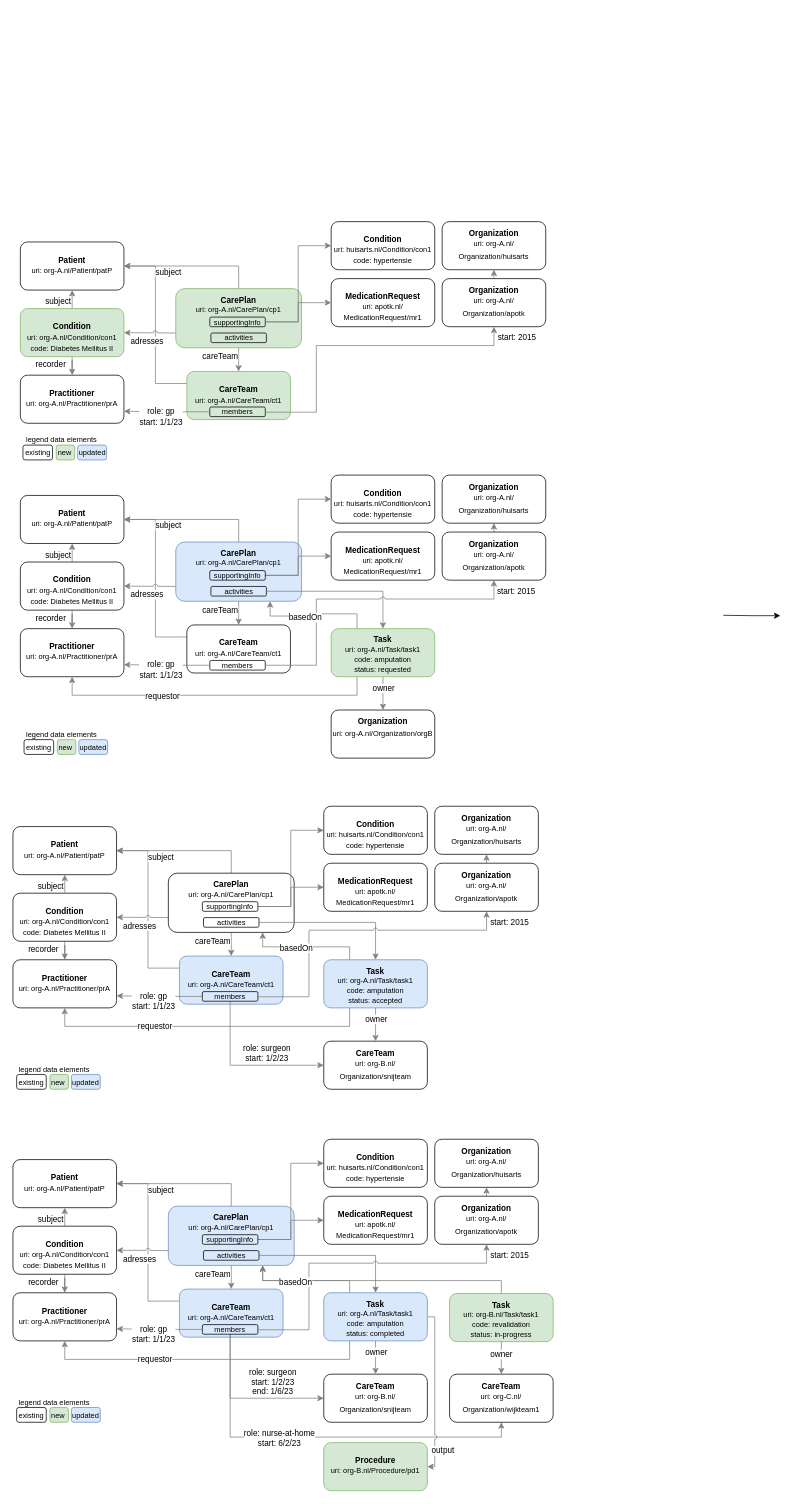
The draw.io diagram input/images-source/Example1-entity-diagram.drawio in SanteonNL/shared-care-planning, before the edit. Source tidied: cells renumbered, new cells numbered last; positions are measured from the earlier drawing's top-left corner, leaving out a move shared by most shapes. Both pictures are drawn from the tidied source at 74%, with x=0, y=0 at pixel (13, 13).
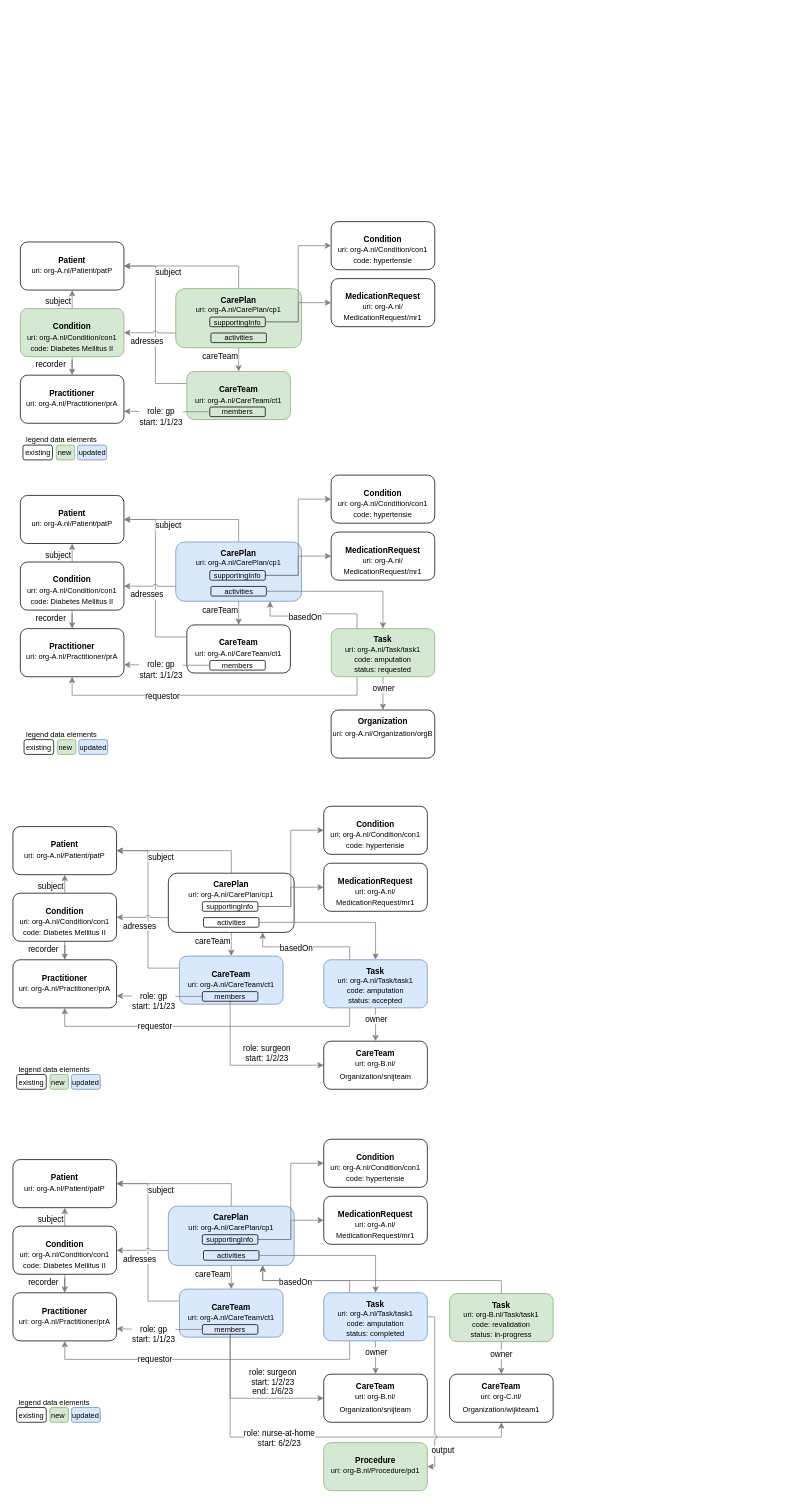
The same page after the edit.

Unchanged cells that the change refers to:
```xml
<mxCell id="19" value="&lt;font style=&quot;&quot;&gt;&lt;font style=&quot;font-size: 10px;&quot;&gt;members&lt;/font&gt;&lt;br&gt;&lt;/font&gt;" style="rounded=1;whiteSpace=wrap;html=1;verticalAlign=middle;spacingTop=0;spacing=0;fillColor=none;" parent="1" vertex="1">
  <mxGeometry x="266" y="875" width="75" height="13" as="geometry" />
</mxCell>
```

Change to the diagram source:
```diff
@@
-    <mxCell id="4" style="edgeStyle=orthogonalEdgeStyle;rounded=0;orthogonalLoop=1;jettySize=auto;html=1;entryX=0;entryY=0.5;entryDx=0;entryDy=0;exitX=1;exitY=0.25;exitDx=0;exitDy=0;" parent="1" edge="1">
-      <mxGeometry relative="1" as="geometry">
-        <mxPoint x="960" y="814" as="sourcePoint" />
-        <mxPoint x="1037" y="814.5" as="targetPoint" />
-      </mxGeometry>
-    </mxCell>
@@
-    <mxCell id="26" value="&lt;b style=&quot;border-color: var(--border-color); font-size: 11px;&quot;&gt;Condition&lt;/b&gt;&lt;font style=&quot;border-color: var(--border-color); font-size: 11px;&quot; color=&quot;#808080&quot;&gt;&lt;br style=&quot;border-color: var(--border-color);&quot;&gt;&lt;/font&gt;&lt;font style=&quot;border-color: var(--border-color); font-size: 10px;&quot;&gt;uri: huisarts.nl/Condition/con1&lt;br style=&quot;border-color: var(--border-color);&quot;&gt;code: hypertensie&lt;/font&gt;" style="rounded=1;whiteSpace=wrap;html=1;verticalAlign=top;spacingTop=10;" parent="1" vertex="1">
+    <mxCell id="26" value="&lt;b style=&quot;border-color: var(--border-color); font-size: 11px;&quot;&gt;Condition&lt;/b&gt;&lt;font style=&quot;border-color: var(--border-color); font-size: 11px;&quot; color=&quot;#808080&quot;&gt;&lt;br style=&quot;border-color: var(--border-color);&quot;&gt;&lt;/font&gt;&lt;font style=&quot;border-color: var(--border-color); font-size: 10px;&quot;&gt;uri: org-A.nl/Condition/con1&lt;br style=&quot;border-color: var(--border-color);&quot;&gt;code: hypertensie&lt;/font&gt;" style="rounded=1;whiteSpace=wrap;html=1;verticalAlign=top;spacingTop=10;" parent="1" vertex="1">
       <mxGeometry x="430" y="624.5" width="140" height="65" as="geometry" />
     </mxCell>
-    <mxCell id="27" value="&lt;b style=&quot;border-color: var(--border-color); font-size: 11px;&quot;&gt;MedicationRequest&lt;/b&gt;&lt;font style=&quot;border-color: var(--border-color); font-size: 11px;&quot; color=&quot;#808080&quot;&gt;&lt;br style=&quot;border-color: var(--border-color);&quot;&gt;&lt;/font&gt;&lt;font style=&quot;border-color: var(--border-color); font-size: 10px;&quot;&gt;uri: apotk.nl/ MedicationRequest/mr1&lt;/font&gt;" style="rounded=1;whiteSpace=wrap;html=1;verticalAlign=top;spacingTop=10;" parent="1" vertex="1">
+    <mxCell id="27" value="&lt;b style=&quot;border-color: var(--border-color); font-size: 11px;&quot;&gt;MedicationRequest&lt;/b&gt;&lt;font style=&quot;border-color: var(--border-color); font-size: 11px;&quot; color=&quot;#808080&quot;&gt;&lt;br style=&quot;border-color: var(--border-color);&quot;&gt;&lt;/font&gt;&lt;font style=&quot;border-color: var(--border-color); font-size: 10px;&quot;&gt;uri: org-A.nl/ MedicationRequest/mr1&lt;/font&gt;" style="rounded=1;whiteSpace=wrap;html=1;verticalAlign=top;spacingTop=10;" parent="1" vertex="1">
       <mxGeometry x="430" y="701.5" width="140" height="65" as="geometry" />
     </mxCell>
@@
-    <mxCell id="60" value="&lt;b style=&quot;border-color: var(--border-color); font-size: 11px;&quot;&gt;Condition&lt;/b&gt;&lt;font style=&quot;border-color: var(--border-color); font-size: 11px;&quot; color=&quot;#808080&quot;&gt;&lt;br style=&quot;border-color: var(--border-color);&quot;&gt;&lt;/font&gt;&lt;font style=&quot;border-color: var(--border-color); font-size: 10px;&quot;&gt;uri: huisarts.nl/Condition/con1&lt;br style=&quot;border-color: var(--border-color);&quot;&gt;code: hypertensie&lt;/font&gt;" style="rounded=1;whiteSpace=wrap;html=1;verticalAlign=top;spacingTop=10;" parent="1" vertex="1">
+    <mxCell id="60" value="&lt;b style=&quot;border-color: var(--border-color); font-size: 11px;&quot;&gt;Condition&lt;/b&gt;&lt;font style=&quot;border-color: var(--border-color); font-size: 11px;&quot; color=&quot;#808080&quot;&gt;&lt;br style=&quot;border-color: var(--border-color);&quot;&gt;&lt;/font&gt;&lt;font style=&quot;border-color: var(--border-color); font-size: 10px;&quot;&gt;uri: org-A.nl/Condition/con1&lt;br style=&quot;border-color: var(--border-color);&quot;&gt;code: hypertensie&lt;/font&gt;" style="rounded=1;whiteSpace=wrap;html=1;verticalAlign=top;spacingTop=10;" parent="1" vertex="1">
       <mxGeometry x="420" y="1072" width="140" height="65" as="geometry" />
     </mxCell>
-    <mxCell id="61" value="&lt;b style=&quot;border-color: var(--border-color); font-size: 11px;&quot;&gt;MedicationRequest&lt;/b&gt;&lt;font style=&quot;border-color: var(--border-color); font-size: 11px;&quot; color=&quot;#808080&quot;&gt;&lt;br style=&quot;border-color: var(--border-color);&quot;&gt;&lt;/font&gt;&lt;font style=&quot;border-color: var(--border-color); font-size: 10px;&quot;&gt;uri: apotk.nl/ MedicationRequest/mr1&lt;/font&gt;" style="rounded=1;whiteSpace=wrap;html=1;verticalAlign=top;spacingTop=10;" parent="1" vertex="1">
+    <mxCell id="61" value="&lt;b style=&quot;border-color: var(--border-color); font-size: 11px;&quot;&gt;MedicationRequest&lt;/b&gt;&lt;font style=&quot;border-color: var(--border-color); font-size: 11px;&quot; color=&quot;#808080&quot;&gt;&lt;br style=&quot;border-color: var(--border-color);&quot;&gt;&lt;/font&gt;&lt;font style=&quot;border-color: var(--border-color); font-size: 10px;&quot;&gt;uri: org-A.nl/ MedicationRequest/mr1&lt;/font&gt;" style="rounded=1;whiteSpace=wrap;html=1;verticalAlign=top;spacingTop=10;" parent="1" vertex="1">
       <mxGeometry x="420" y="1149" width="140" height="65" as="geometry" />
     </mxCell>
@@
-    <mxCell id="90" value="&lt;b style=&quot;border-color: var(--border-color); font-size: 11px;&quot;&gt;MedicationRequest&lt;/b&gt;&lt;font style=&quot;border-color: var(--border-color); font-size: 11px;&quot; color=&quot;#808080&quot;&gt;&lt;br style=&quot;border-color: var(--border-color);&quot;&gt;&lt;/font&gt;&lt;font style=&quot;border-color: var(--border-color); font-size: 10px;&quot;&gt;uri: apotk.nl/ MedicationRequest/mr1&lt;/font&gt;" style="rounded=1;whiteSpace=wrap;html=1;verticalAlign=top;spacingTop=10;" parent="1" vertex="1">
+    <mxCell id="90" value="&lt;b style=&quot;border-color: var(--border-color); font-size: 11px;&quot;&gt;MedicationRequest&lt;/b&gt;&lt;font style=&quot;border-color: var(--border-color); font-size: 11px;&quot; color=&quot;#808080&quot;&gt;&lt;br style=&quot;border-color: var(--border-color);&quot;&gt;&lt;/font&gt;&lt;font style=&quot;border-color: var(--border-color); font-size: 10px;&quot;&gt;uri: org-A.nl/ MedicationRequest/mr1&lt;/font&gt;" style="rounded=1;whiteSpace=wrap;html=1;verticalAlign=top;spacingTop=10;" parent="1" vertex="1">
       <mxGeometry x="430" y="359" width="140" height="65" as="geometry" />
     </mxCell>
-    <mxCell id="91" value="&lt;b style=&quot;border-color: var(--border-color); font-size: 11px;&quot;&gt;Condition&lt;/b&gt;&lt;font style=&quot;border-color: var(--border-color); font-size: 11px;&quot; color=&quot;#808080&quot;&gt;&lt;br style=&quot;border-color: var(--border-color);&quot;&gt;&lt;/font&gt;&lt;font style=&quot;font-size: 10px;&quot;&gt;uri: huisarts.nl/Condition/con1&lt;br&gt;code: hypertensie&lt;br&gt;&lt;/font&gt;" style="rounded=1;whiteSpace=wrap;html=1;verticalAlign=top;spacingTop=10;" parent="1" vertex="1">
+    <mxCell id="91" value="&lt;b style=&quot;border-color: var(--border-color); font-size: 11px;&quot;&gt;Condition&lt;/b&gt;&lt;font style=&quot;border-color: var(--border-color); font-size: 11px;&quot; color=&quot;#808080&quot;&gt;&lt;br style=&quot;border-color: var(--border-color);&quot;&gt;&lt;/font&gt;&lt;font style=&quot;font-size: 10px;&quot;&gt;uri: org-A.nl/Condition/con1&lt;br&gt;code: hypertensie&lt;br&gt;&lt;/font&gt;" style="rounded=1;whiteSpace=wrap;html=1;verticalAlign=top;spacingTop=10;" parent="1" vertex="1">
       <mxGeometry x="430" y="282" width="140" height="65" as="geometry" />
     </mxCell>
@@
-    <mxCell id="121" value="&lt;b style=&quot;border-color: var(--border-color); font-size: 11px;&quot;&gt;Condition&lt;/b&gt;&lt;font style=&quot;border-color: var(--border-color); font-size: 11px;&quot; color=&quot;#808080&quot;&gt;&lt;br style=&quot;border-color: var(--border-color);&quot;&gt;&lt;/font&gt;&lt;font style=&quot;border-color: var(--border-color); font-size: 10px;&quot;&gt;uri: huisarts.nl/Condition/con1&lt;br style=&quot;border-color: var(--border-color);&quot;&gt;code: hypertensie&lt;/font&gt;" style="rounded=1;whiteSpace=wrap;html=1;verticalAlign=top;spacingTop=10;" parent="1" vertex="1">
+    <mxCell id="121" value="&lt;b style=&quot;border-color: var(--border-color); font-size: 11px;&quot;&gt;Condition&lt;/b&gt;&lt;font style=&quot;border-color: var(--border-color); font-size: 11px;&quot; color=&quot;#808080&quot;&gt;&lt;br style=&quot;border-color: var(--border-color);&quot;&gt;&lt;/font&gt;&lt;font style=&quot;border-color: var(--border-color); font-size: 10px;&quot;&gt;uri: org-A.nl/Condition/con1&lt;br style=&quot;border-color: var(--border-color);&quot;&gt;code: hypertensie&lt;/font&gt;" style="rounded=1;whiteSpace=wrap;html=1;verticalAlign=top;spacingTop=10;" parent="1" vertex="1">
       <mxGeometry x="420" y="1522" width="140" height="65" as="geometry" />
     </mxCell>
-    <mxCell id="122" value="&lt;b style=&quot;border-color: var(--border-color); font-size: 11px;&quot;&gt;MedicationRequest&lt;/b&gt;&lt;font style=&quot;border-color: var(--border-color); font-size: 11px;&quot; color=&quot;#808080&quot;&gt;&lt;br style=&quot;border-color: var(--border-color);&quot;&gt;&lt;/font&gt;&lt;font style=&quot;border-color: var(--border-color); font-size: 10px;&quot;&gt;uri: apotk.nl/ MedicationRequest/mr1&lt;/font&gt;" style="rounded=1;whiteSpace=wrap;html=1;verticalAlign=top;spacingTop=10;" parent="1" vertex="1">
+    <mxCell id="122" value="&lt;b style=&quot;border-color: var(--border-color); font-size: 11px;&quot;&gt;MedicationRequest&lt;/b&gt;&lt;font style=&quot;border-color: var(--border-color); font-size: 11px;&quot; color=&quot;#808080&quot;&gt;&lt;br style=&quot;border-color: var(--border-color);&quot;&gt;&lt;/font&gt;&lt;font style=&quot;border-color: var(--border-color); font-size: 10px;&quot;&gt;uri: org-A.nl/ MedicationRequest/mr1&lt;/font&gt;" style="rounded=1;whiteSpace=wrap;html=1;verticalAlign=top;spacingTop=10;" parent="1" vertex="1">
       <mxGeometry x="420" y="1599" width="140" height="65" as="geometry" />
     </mxCell>
@@
-    <mxCell id="139" style="endArrow=none;html=1;rounded=0;exitX=0;exitY=0;exitDx=0;exitDy=0;strokeColor=none;" parent="1" edge="1">
-      <mxGeometry relative="1" as="geometry">
-        <mxPoint y="1112" as="sourcePoint" />
-        <mxPoint x="720" y="1112" as="targetPoint" />
-      </mxGeometry>
-    </mxCell>
     <mxCell id="140" style="endArrow=none;html=1;rounded=0;exitX=0;exitY=0;exitDx=0;exitDy=0;strokeColor=none;" parent="1" edge="1">
       <mxGeometry relative="1" as="geometry">
-        <mxPoint x="10" y="1122" as="sourcePoint" />
-        <mxPoint x="730" y="1122" as="targetPoint" />
+        <mxPoint x="5" y="672" as="sourcePoint" />
+        <mxPoint x="725" y="672" as="targetPoint" />
       </mxGeometry>
     </mxCell>
-    <mxCell id="141" style="endArrow=none;html=1;rounded=0;exitX=0;exitY=0;exitDx=0;exitDy=0;strokeColor=none;" parent="1" edge="1">
-      <mxGeometry relative="1" as="geometry">
-        <mxPoint x="10" y="322" as="sourcePoint" />
-        <mxPoint x="730" y="322" as="targetPoint" />
-      </mxGeometry>
-    </mxCell>
@@
-    <mxCell id="158" style="edgeStyle=orthogonalEdgeStyle;rounded=0;jettySize=auto;html=1;exitX=0.5;exitY=0;exitDx=0;exitDy=0;entryX=0.5;entryY=1;entryDx=0;entryDy=0;strokeColor=#808080;" parent="1" edge="1" source="159" target="160">
-      <mxGeometry relative="1" as="geometry" />
-    </mxCell>
-    <mxCell id="159" value="&lt;b style=&quot;border-color: var(--border-color); font-size: 11px;&quot;&gt;Organization&lt;/b&gt;&lt;font style=&quot;border-color: var(--border-color); font-size: 11px;&quot; color=&quot;#808080&quot;&gt;&lt;br style=&quot;border-color: var(--border-color);&quot;&gt;&lt;/font&gt;&lt;font style=&quot;font-size: 10px;&quot;&gt;uri: org-A.nl/ Organization/apotk&lt;/font&gt;&lt;span style=&quot;font-size: 14px;&quot;&gt;&lt;br&gt;&lt;/span&gt;" style="rounded=1;whiteSpace=wrap;html=1;verticalAlign=top;spacingTop=2;" parent="1" vertex="1">
-      <mxGeometry x="580" y="701.5" width="140" height="65" as="geometry" />
-    </mxCell>
-    <mxCell id="160" value="&lt;b style=&quot;border-color: var(--border-color); font-size: 11px;&quot;&gt;Organization&lt;/b&gt;&lt;font style=&quot;border-color: var(--border-color); font-size: 11px;&quot; color=&quot;#808080&quot;&gt;&lt;br style=&quot;border-color: var(--border-color);&quot;&gt;&lt;/font&gt;&lt;font style=&quot;font-size: 10px;&quot;&gt;uri: org-A.nl/ Organization/huisarts&lt;/font&gt;&lt;span style=&quot;font-size: 14px;&quot;&gt;&lt;br&gt;&lt;/span&gt;" style="rounded=1;whiteSpace=wrap;html=1;verticalAlign=top;spacingTop=2;" parent="1" vertex="1">
-      <mxGeometry x="580" y="624.5" width="140" height="65" as="geometry" />
-    </mxCell>
-    <mxCell id="161" style="edgeStyle=orthogonalEdgeStyle;rounded=0;jettySize=auto;html=1;exitX=1;exitY=0.5;exitDx=0;exitDy=0;entryX=0.5;entryY=1;entryDx=0;entryDy=0;jumpStyle=arc;strokeColor=#808080;" parent="1" edge="1" source="19" target="159">
-      <mxGeometry relative="1" as="geometry">
-        <Array as="points">
-          <mxPoint x="410" y="882" />
-          <mxPoint x="410" y="792" />
-          <mxPoint x="650" y="792" />
-        </Array>
-      </mxGeometry>
-    </mxCell>
-    <mxCell id="162" value="start: 2015" style="edgeLabel;html=1;align=center;verticalAlign=middle;" parent="161" vertex="1">
-      <mxGeometry x="0.78" y="1" relative="1" as="geometry">
-        <mxPoint x="51" y="-10" as="offset" />
-      </mxGeometry>
-    </mxCell>
@@
-    <mxCell id="165" style="edgeStyle=orthogonalEdgeStyle;rounded=0;jettySize=auto;html=1;exitX=0.5;exitY=0;exitDx=0;exitDy=0;entryX=0.5;entryY=1;entryDx=0;entryDy=0;strokeColor=#808080;" parent="1" edge="1" source="166" target="167">
-      <mxGeometry relative="1" as="geometry" />
-    </mxCell>
-    <mxCell id="166" value="&lt;b style=&quot;border-color: var(--border-color); font-size: 11px;&quot;&gt;Organization&lt;/b&gt;&lt;font style=&quot;border-color: var(--border-color); font-size: 11px;&quot; color=&quot;#808080&quot;&gt;&lt;br style=&quot;border-color: var(--border-color);&quot;&gt;&lt;/font&gt;&lt;font style=&quot;font-size: 10px;&quot;&gt;uri: org-A.nl/ Organization/apotk&lt;/font&gt;&lt;span style=&quot;font-size: 14px;&quot;&gt;&lt;br&gt;&lt;/span&gt;" style="rounded=1;whiteSpace=wrap;html=1;verticalAlign=top;spacingTop=2;" parent="1" vertex="1">
-      <mxGeometry x="580" y="359" width="140" height="65" as="geometry" />
-    </mxCell>
-    <mxCell id="167" value="&lt;b style=&quot;border-color: var(--border-color); font-size: 11px;&quot;&gt;Organization&lt;/b&gt;&lt;font style=&quot;border-color: var(--border-color); font-size: 11px;&quot; color=&quot;#808080&quot;&gt;&lt;br style=&quot;border-color: var(--border-color);&quot;&gt;&lt;/font&gt;&lt;font style=&quot;font-size: 10px;&quot;&gt;uri: org-A.nl/ Organization/huisarts&lt;/font&gt;&lt;span style=&quot;font-size: 14px;&quot;&gt;&lt;br&gt;&lt;/span&gt;" style="rounded=1;whiteSpace=wrap;html=1;verticalAlign=top;spacingTop=2;" parent="1" vertex="1">
-      <mxGeometry x="580" y="282" width="140" height="65" as="geometry" />
-    </mxCell>
-    <mxCell id="168" style="edgeStyle=orthogonalEdgeStyle;rounded=0;jettySize=auto;html=1;exitX=1;exitY=0.5;exitDx=0;exitDy=0;entryX=0.5;entryY=1;entryDx=0;entryDy=0;jumpStyle=arc;strokeColor=#808080;" parent="1" edge="1" target="166">
-      <mxGeometry relative="1" as="geometry">
-        <mxPoint x="341" y="539.5" as="sourcePoint" />
-        <Array as="points">
-          <mxPoint x="410" y="539.5" />
-          <mxPoint x="410" y="449.5" />
-          <mxPoint x="650" y="449.5" />
-        </Array>
-      </mxGeometry>
-    </mxCell>
-    <mxCell id="169" value="start: 2015" style="edgeLabel;html=1;align=center;verticalAlign=middle;" parent="168" vertex="1">
-      <mxGeometry x="0.78" y="1" relative="1" as="geometry">
-        <mxPoint x="51" y="-10" as="offset" />
-      </mxGeometry>
-    </mxCell>
-    <mxCell id="170" style="edgeStyle=orthogonalEdgeStyle;rounded=0;jettySize=auto;html=1;exitX=0.5;exitY=0;exitDx=0;exitDy=0;entryX=0.5;entryY=1;entryDx=0;entryDy=0;strokeColor=#808080;" parent="1" edge="1" source="171" target="172">
-      <mxGeometry relative="1" as="geometry" />
-    </mxCell>
-    <mxCell id="171" value="&lt;b style=&quot;border-color: var(--border-color); font-size: 11px;&quot;&gt;Organization&lt;/b&gt;&lt;font style=&quot;border-color: var(--border-color); font-size: 11px;&quot; color=&quot;#808080&quot;&gt;&lt;br style=&quot;border-color: var(--border-color);&quot;&gt;&lt;/font&gt;&lt;font style=&quot;font-size: 10px;&quot;&gt;uri: org-A.nl/ Organization/apotk&lt;/font&gt;&lt;span style=&quot;font-size: 14px;&quot;&gt;&lt;br&gt;&lt;/span&gt;" style="rounded=1;whiteSpace=wrap;html=1;verticalAlign=top;spacingTop=2;" parent="1" vertex="1">
-      <mxGeometry x="570" y="1149" width="140" height="65" as="geometry" />
-    </mxCell>
-    <mxCell id="172" value="&lt;b style=&quot;border-color: var(--border-color); font-size: 11px;&quot;&gt;Organization&lt;/b&gt;&lt;font style=&quot;border-color: var(--border-color); font-size: 11px;&quot; color=&quot;#808080&quot;&gt;&lt;br style=&quot;border-color: var(--border-color);&quot;&gt;&lt;/font&gt;&lt;font style=&quot;font-size: 10px;&quot;&gt;uri: org-A.nl/ Organization/huisarts&lt;/font&gt;&lt;span style=&quot;font-size: 14px;&quot;&gt;&lt;br&gt;&lt;/span&gt;" style="rounded=1;whiteSpace=wrap;html=1;verticalAlign=top;spacingTop=2;" parent="1" vertex="1">
-      <mxGeometry x="570" y="1072" width="140" height="65" as="geometry" />
-    </mxCell>
-    <mxCell id="173" style="edgeStyle=orthogonalEdgeStyle;rounded=0;jettySize=auto;html=1;exitX=1;exitY=0.5;exitDx=0;exitDy=0;entryX=0.5;entryY=1;entryDx=0;entryDy=0;jumpStyle=arc;strokeColor=#808080;" parent="1" edge="1" target="171">
-      <mxGeometry relative="1" as="geometry">
-        <mxPoint x="331" y="1329.5" as="sourcePoint" />
-        <Array as="points">
-          <mxPoint x="400" y="1329.5" />
-          <mxPoint x="400" y="1239.5" />
-          <mxPoint x="640" y="1239.5" />
-        </Array>
-      </mxGeometry>
-    </mxCell>
-    <mxCell id="174" value="start: 2015" style="edgeLabel;html=1;align=center;verticalAlign=middle;" parent="173" vertex="1">
-      <mxGeometry x="0.78" y="1" relative="1" as="geometry">
-        <mxPoint x="51" y="-10" as="offset" />
-      </mxGeometry>
-    </mxCell>
-    <mxCell id="175" style="edgeStyle=orthogonalEdgeStyle;rounded=0;jettySize=auto;html=1;exitX=0.5;exitY=0;exitDx=0;exitDy=0;entryX=0.5;entryY=1;entryDx=0;entryDy=0;strokeColor=#808080;" parent="1" edge="1" source="176" target="177">
-      <mxGeometry relative="1" as="geometry" />
-    </mxCell>
-    <mxCell id="176" value="&lt;b style=&quot;border-color: var(--border-color); font-size: 11px;&quot;&gt;Organization&lt;/b&gt;&lt;font style=&quot;border-color: var(--border-color); font-size: 11px;&quot; color=&quot;#808080&quot;&gt;&lt;br style=&quot;border-color: var(--border-color);&quot;&gt;&lt;/font&gt;&lt;font style=&quot;font-size: 10px;&quot;&gt;uri: org-A.nl/ Organization/apotk&lt;/font&gt;&lt;span style=&quot;font-size: 14px;&quot;&gt;&lt;br&gt;&lt;/span&gt;" style="rounded=1;whiteSpace=wrap;html=1;verticalAlign=top;spacingTop=2;" parent="1" vertex="1">
-      <mxGeometry x="570" y="1599" width="140" height="65" as="geometry" />
-    </mxCell>
-    <mxCell id="177" value="&lt;b style=&quot;border-color: var(--border-color); font-size: 11px;&quot;&gt;Organization&lt;/b&gt;&lt;font style=&quot;border-color: var(--border-color); font-size: 11px;&quot; color=&quot;#808080&quot;&gt;&lt;br style=&quot;border-color: var(--border-color);&quot;&gt;&lt;/font&gt;&lt;font style=&quot;font-size: 10px;&quot;&gt;uri: org-A.nl/ Organization/huisarts&lt;/font&gt;&lt;span style=&quot;font-size: 14px;&quot;&gt;&lt;br&gt;&lt;/span&gt;" style="rounded=1;whiteSpace=wrap;html=1;verticalAlign=top;spacingTop=2;" parent="1" vertex="1">
-      <mxGeometry x="570" y="1522" width="140" height="65" as="geometry" />
-    </mxCell>
-    <mxCell id="178" style="edgeStyle=orthogonalEdgeStyle;rounded=0;jettySize=auto;html=1;exitX=1;exitY=0.5;exitDx=0;exitDy=0;entryX=0.5;entryY=1;entryDx=0;entryDy=0;jumpStyle=arc;strokeColor=#808080;" parent="1" edge="1" target="176">
-      <mxGeometry relative="1" as="geometry">
-        <mxPoint x="331" y="1779.5" as="sourcePoint" />
-        <Array as="points">
-          <mxPoint x="400" y="1779.5" />
-          <mxPoint x="400" y="1689.5" />
-          <mxPoint x="640" y="1689.5" />
-        </Array>
-      </mxGeometry>
-    </mxCell>
-    <mxCell id="179" value="start: 2015" style="edgeLabel;html=1;align=center;verticalAlign=middle;" parent="178" vertex="1">
-      <mxGeometry x="0.78" y="1" relative="1" as="geometry">
-        <mxPoint x="51" y="-10" as="offset" />
-      </mxGeometry>
-    </mxCell>
@@
+    <mxCell id="184" style="endArrow=none;html=1;rounded=0;exitX=0;exitY=0;exitDx=0;exitDy=0;strokeColor=none;" parent="1" edge="1">
+      <mxGeometry relative="1" as="geometry">
+        <mxPoint x="15" y="341.5" as="sourcePoint" />
+        <mxPoint x="735" y="341.5" as="targetPoint" />
+      </mxGeometry>
+    </mxCell>
```
